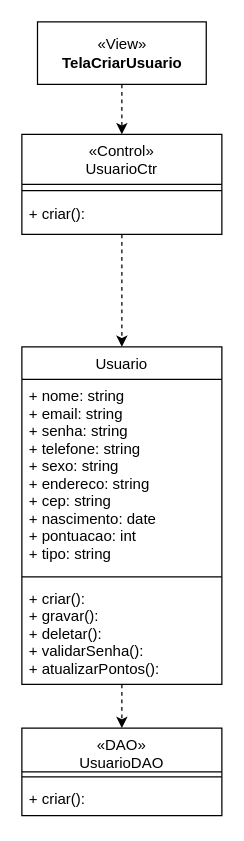
This is Documentação/Diagramas/Diagramas de Casos de Uso/Diagrama de Caso de Uso Cadastrar Usuário.drawio from frsouzaa/Documentacao-TCC-NossaVia, a draw.io file, before an edit. Source tidied: cells renumbered, new cells numbered last; positions are measured from the earlier drawing's top-left corner, leaving out a move shared by most shapes. Both pictures are drawn from the tidied source at 125%, with x=0, y=0 at pixel (21, 21).
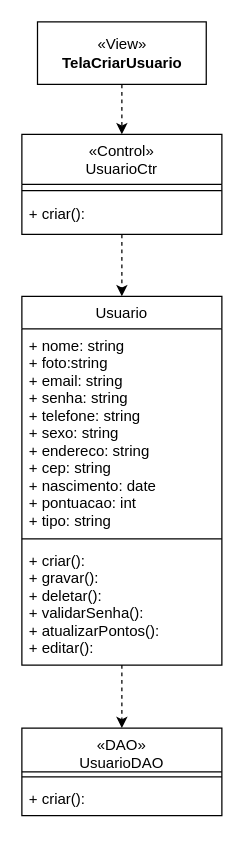
The same diagram, later.

Diff of the diagram source:
```diff
@@
 <mxGraphModel>
   <root>
     <mxCell id="0" />
     <mxCell id="1" parent="0" />
     <mxCell id="2" style="edgeStyle=orthogonalEdgeStyle;rounded=0;jettySize=auto;html=1;exitX=0.5;exitY=1;exitDx=0;exitDy=0;entryX=0.5;entryY=0;entryDx=0;entryDy=0;dashed=1;" parent="1" edge="1" source="3" target="7">
       <mxGeometry relative="1" as="geometry" />
     </mxCell>
     <mxCell id="3" value="Usuario" style="swimlane;fontStyle=0;align=center;verticalAlign=top;horizontal=1;startSize=26;rounded=0;shadow=0;strokeWidth=1;" parent="1" vertex="1">
-      <mxGeometry y="260" width="160" height="270" as="geometry" />
+      <mxGeometry y="219.5" width="160" height="295" as="geometry" />
     </mxCell>
-    <mxCell id="4" value="+ nome: string&#10;+ email: string&#10;+ senha: string&#10;+ telefone: string&#10;+ sexo: string&#10;+ endereco: string&#10;+ cep: string&#10;+ nascimento: date&#10;+ pontuacao: int&#10;+ tipo: string " style="text;align=left;verticalAlign=top;spacingLeft=4;spacingRight=4;overflow=hidden;" parent="3" vertex="1">
-      <mxGeometry y="26" width="160" height="154" as="geometry" />
+    <mxCell id="4" value="+ nome: string&#10;+ foto:string&#10;+ email: string&#10;+ senha: string&#10;+ telefone: string&#10;+ sexo: string&#10;+ endereco: string&#10;+ cep: string&#10;+ nascimento: date&#10;+ pontuacao: int&#10;+ tipo: string " style="text;align=left;verticalAlign=top;spacingLeft=4;spacingRight=4;overflow=hidden;" parent="3" vertex="1">
+      <mxGeometry y="26" width="160" height="164" as="geometry" />
     </mxCell>
     <mxCell id="5" style="line;html=1;strokeWidth=1;align=left;verticalAlign=middle;spacingTop=-1;spacingLeft=3;spacingRight=3;labelPosition=right;" parent="3" vertex="1">
-      <mxGeometry y="180" width="160" height="8" as="geometry" />
+      <mxGeometry y="190" width="160" height="8" as="geometry" />
     </mxCell>
-    <mxCell id="6" value="+ criar(): &#10;+ gravar():&#10;+ deletar(): &#10;+ validarSenha():&#10;+ atualizarPontos():" style="text;align=left;verticalAlign=top;spacingLeft=4;spacingRight=4;overflow=hidden;" parent="3" vertex="1">
-      <mxGeometry y="188" width="160" height="82" as="geometry" />
+    <mxCell id="6" value="+ criar(): &#10;+ gravar():&#10;+ deletar(): &#10;+ validarSenha():&#10;+ atualizarPontos():&#10;+ editar():" style="text;align=left;verticalAlign=top;spacingLeft=4;spacingRight=4;overflow=hidden;" parent="3" vertex="1">
+      <mxGeometry y="198" width="160" height="92" as="geometry" />
     </mxCell>
     <mxCell id="7" value="«DAO»&#10;UsuarioDAO&#10;" style="swimlane;fontStyle=0;align=center;verticalAlign=top;horizontal=1;startSize=35;rounded=0;shadow=0;strokeWidth=1;" parent="1" vertex="1">
       <mxGeometry y="565" width="160" height="70" as="geometry" />
     </mxCell>
     <mxCell id="8" style="line;html=1;strokeWidth=1;align=left;verticalAlign=middle;spacingTop=-1;spacingLeft=3;spacingRight=3;labelPosition=right;" parent="7" vertex="1">
       <mxGeometry y="35" width="160" height="8" as="geometry" />
     </mxCell>
     <mxCell id="9" value="+ criar():" style="text;align=left;verticalAlign=top;spacingLeft=4;spacingRight=4;overflow=hidden;" parent="7" vertex="1">
       <mxGeometry y="43" width="160" height="27" as="geometry" />
     </mxCell>
     <mxCell id="10" style="edgeStyle=orthogonalEdgeStyle;rounded=0;jettySize=auto;html=1;entryX=0.5;entryY=0;entryDx=0;entryDy=0;dashed=1;" parent="1" edge="1" source="11" target="13">
       <mxGeometry relative="1" as="geometry" />
     </mxCell>
     <mxCell id="11" value="«View»&lt;br&gt;&lt;b&gt;TelaCriarUsuario&lt;br&gt;&lt;/b&gt;" style="html=1;whiteSpace=wrap;" parent="1" vertex="1">
       <mxGeometry x="12.5" width="135" height="50" as="geometry" />
     </mxCell>
-    <mxCell id="12" style="edgeStyle=orthogonalEdgeStyle;rounded=0;jettySize=auto;html=1;exitX=0.5;exitY=1;exitDx=0;exitDy=0;entryX=0.5;entryY=0;entryDx=0;entryDy=0;dashed=1;" parent="1" edge="1" source="13">
-      <mxGeometry relative="1" as="geometry">
-        <mxPoint x="80" y="260" as="targetPoint" />
-      </mxGeometry>
+    <mxCell id="12" style="edgeStyle=orthogonalEdgeStyle;rounded=0;jettySize=auto;html=1;exitX=0.5;exitY=1;exitDx=0;exitDy=0;dashed=1;entryX=0.5;entryY=0;entryDx=0;entryDy=0;" parent="1" edge="1" source="13" target="3">
+      <mxGeometry relative="1" as="geometry" />
     </mxCell>
     <mxCell id="13" value="«Control»&#10;UsuarioCtr" style="swimlane;fontStyle=0;align=center;verticalAlign=top;horizontal=1;startSize=40;rounded=0;shadow=0;strokeWidth=1;" parent="1" vertex="1">
       <mxGeometry y="90" width="160" height="80" as="geometry" />
     </mxCell>
     <mxCell id="14" style="line;html=1;strokeWidth=1;align=left;verticalAlign=middle;spacingTop=-1;spacingLeft=3;spacingRight=3;labelPosition=right;" parent="13" vertex="1">
       <mxGeometry y="40" width="160" height="10" as="geometry" />
     </mxCell>
     <mxCell id="15" value="+ criar():&#10;" style="text;align=left;verticalAlign=top;spacingLeft=4;spacingRight=4;overflow=hidden;" parent="13" vertex="1">
       <mxGeometry y="50" width="160" height="30" as="geometry" />
     </mxCell>
   </root>
 </mxGraphModel>
```
